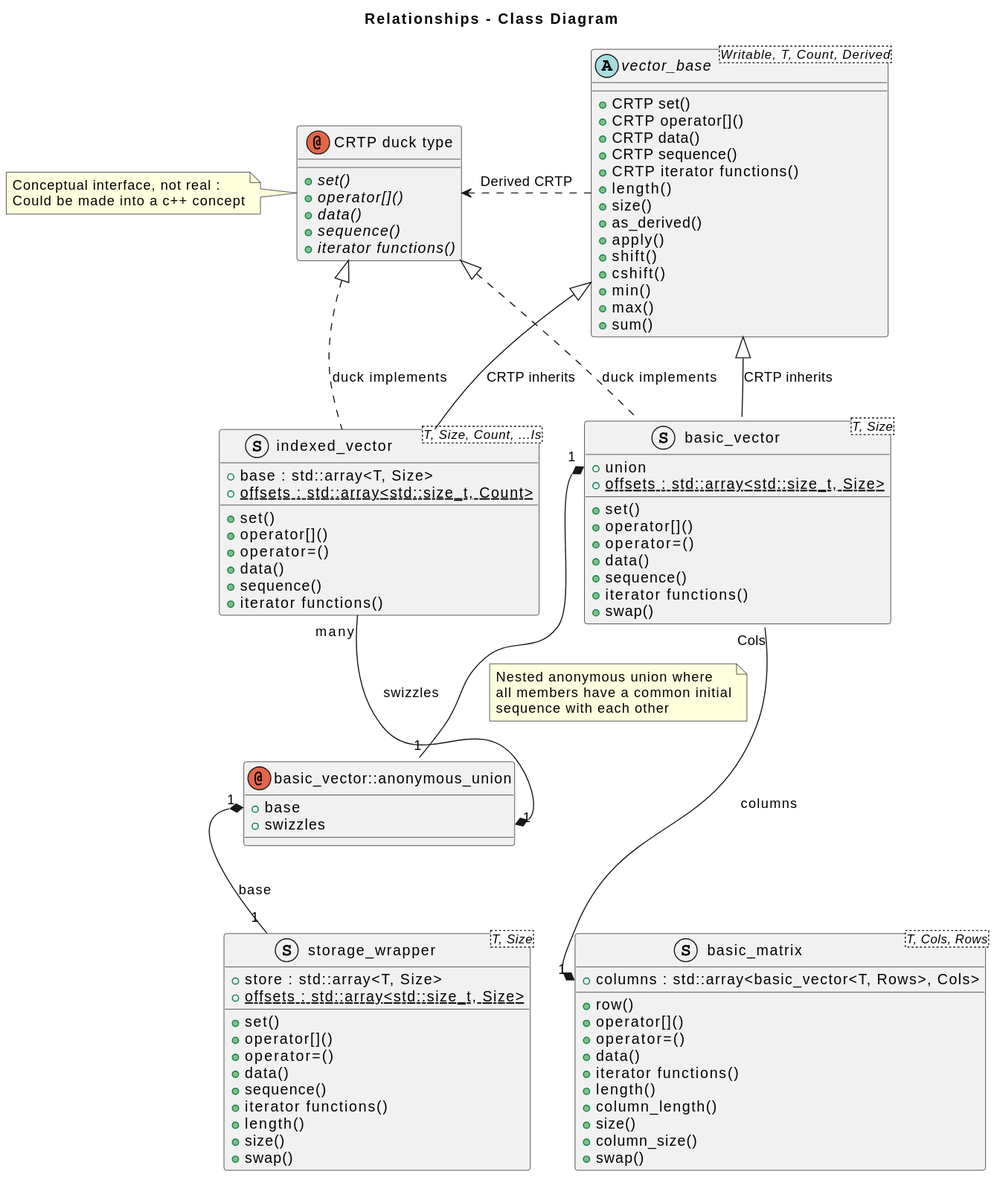
Before: docs/dsga.svg, a diagram exported from PlantUML (davidbrowne/dsga).
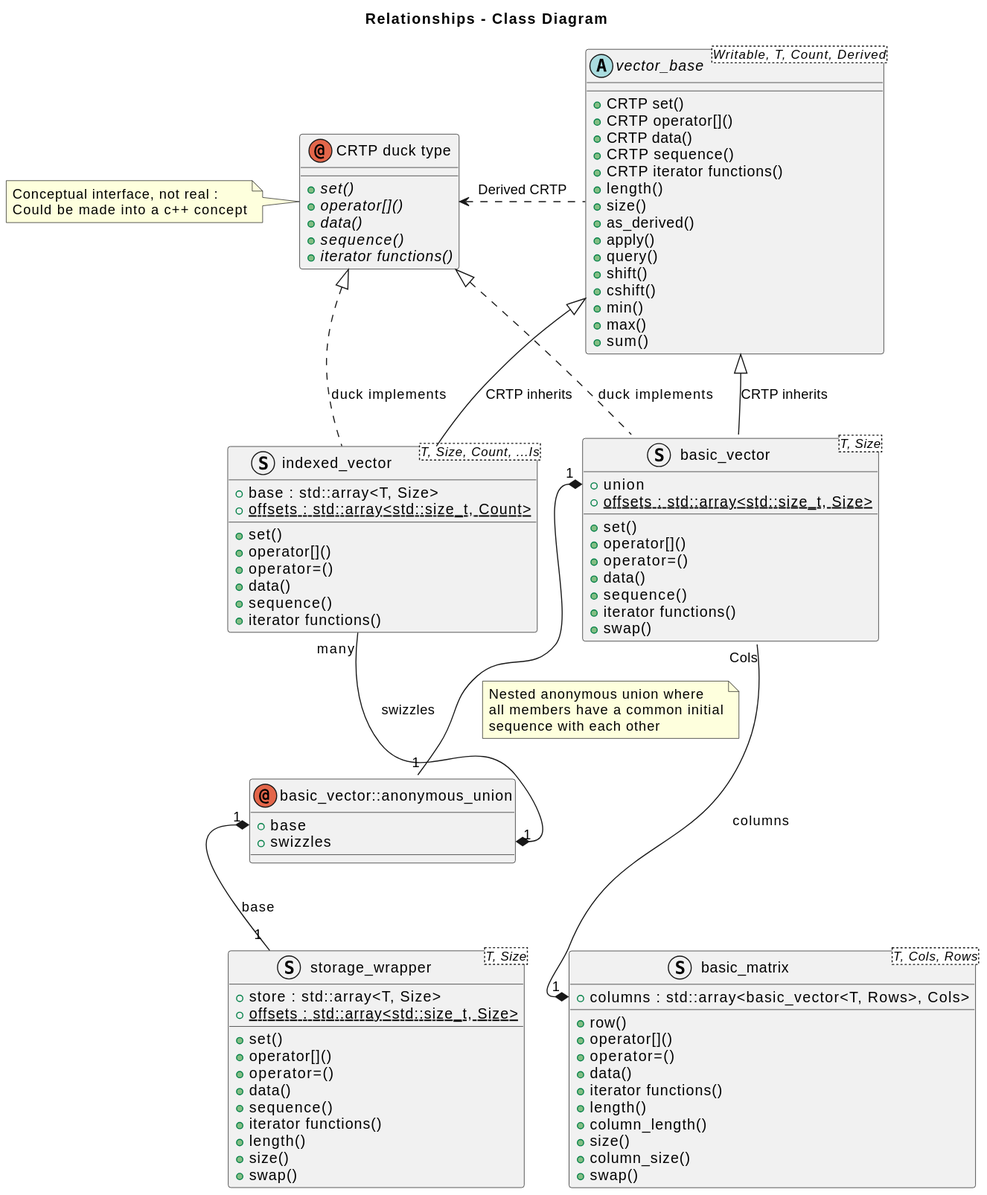
The same diagram one commit later.

The edit, as a diff of the source:
```diff
@@ -23,6 +23,7 @@
 		+ size()
 		+ as_derived()
 		+ apply()
+		+ query()
 		+ shift()
 		+ cshift()
 		+ min()
```
